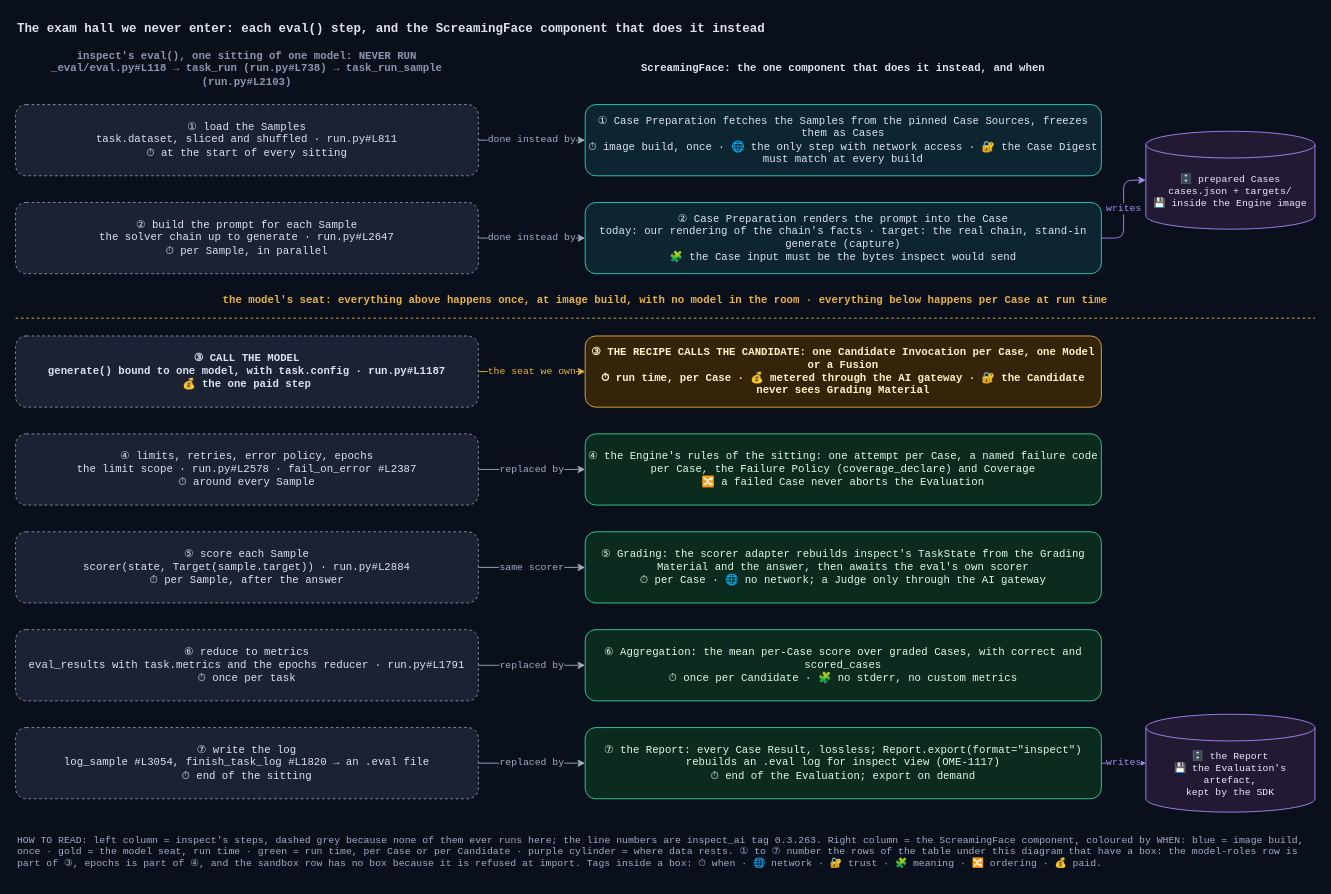
The draw.io diagram apps/screamingface-engine/docs/diagrams/inspect-eval-split.drawio in ScreamingFace/screamingface, before the edit. Source tidied: cells renumbered, new cells numbered last; positions are measured from the earlier drawing's top-left corner, leaving out a move shared by most shapes. Both pictures are drawn from the tidied source at 89%, with x=0, y=0 at pixel (15, 15).
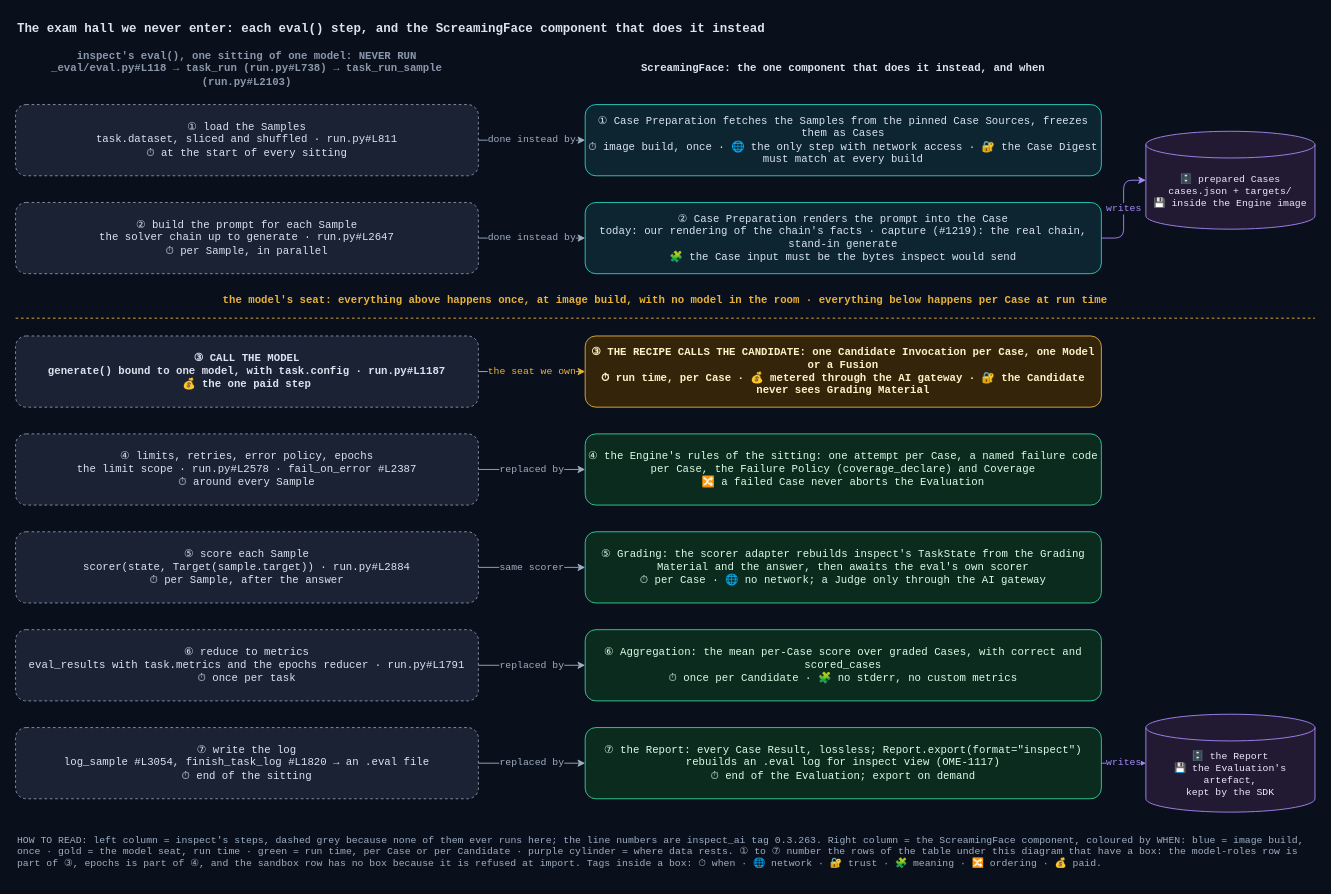
Above is the later version.

Commit message (it also covers changes not shown here):
docs(screamingface-engine): mark capture as open PR in the eval-split diagram; record review round 1 in the ledger

Refs: OME-1459

The edit, as a diff of the source:
```diff
@@
-    <mxCell id="8" value="② Case Preparation renders the prompt into the Case&#10;today: our rendering of the chain's facts · target: the real chain, stand-in generate (capture)&#10;🧩 the Case input must be the bytes inspect would send" style="rounded=1;whiteSpace=wrap;html=1;fillColor=#0c2530;strokeColor=#2dd4bf;fontColor=#dbe4f0;fontFamily=Courier New;fontSize=12;" parent="1" vertex="1">
+    <mxCell id="8" value="② Case Preparation renders the prompt into the Case&#10;today: our rendering of the chain's facts · capture (#1219): the real chain, stand-in generate&#10;🧩 the Case input must be the bytes inspect would send" style="rounded=1;whiteSpace=wrap;html=1;fillColor=#0c2530;strokeColor=#2dd4bf;fontColor=#dbe4f0;fontFamily=Courier New;fontSize=12;" parent="1" vertex="1">
       <mxGeometry x="640" y="210" width="580" height="80" as="geometry" />
     </mxCell>
```
